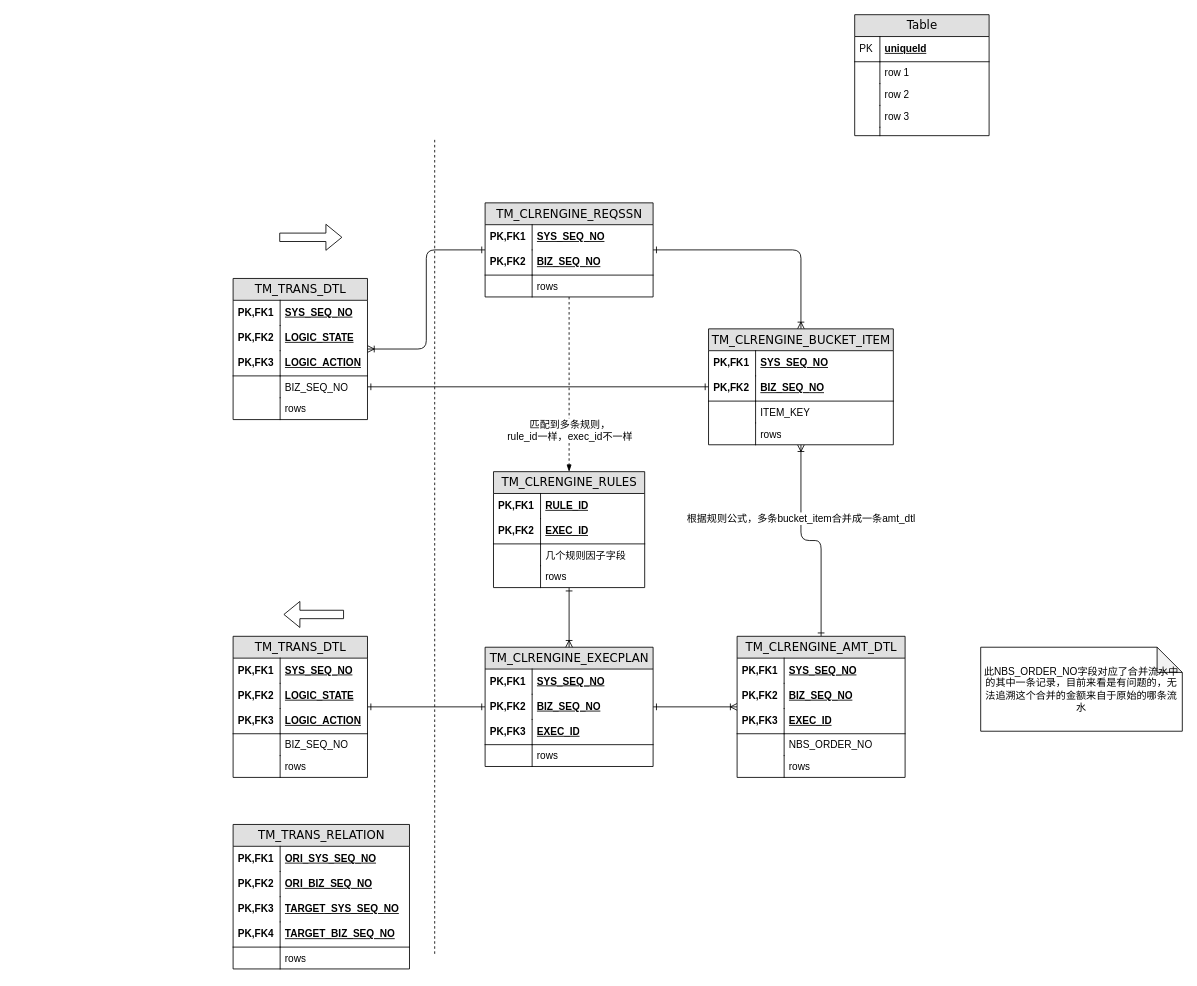
The draw.io diagram 清算引擎数据结构图.drawio in staconfree/design, before the edit. Source tidied: cells renumbered, new cells numbered last; positions are measured from the earlier drawing's top-left corner, leaving out a move shared by most shapes. Both pictures are drawn from the tidied source at 84%, with x=0, y=0 at pixel (233, 14).
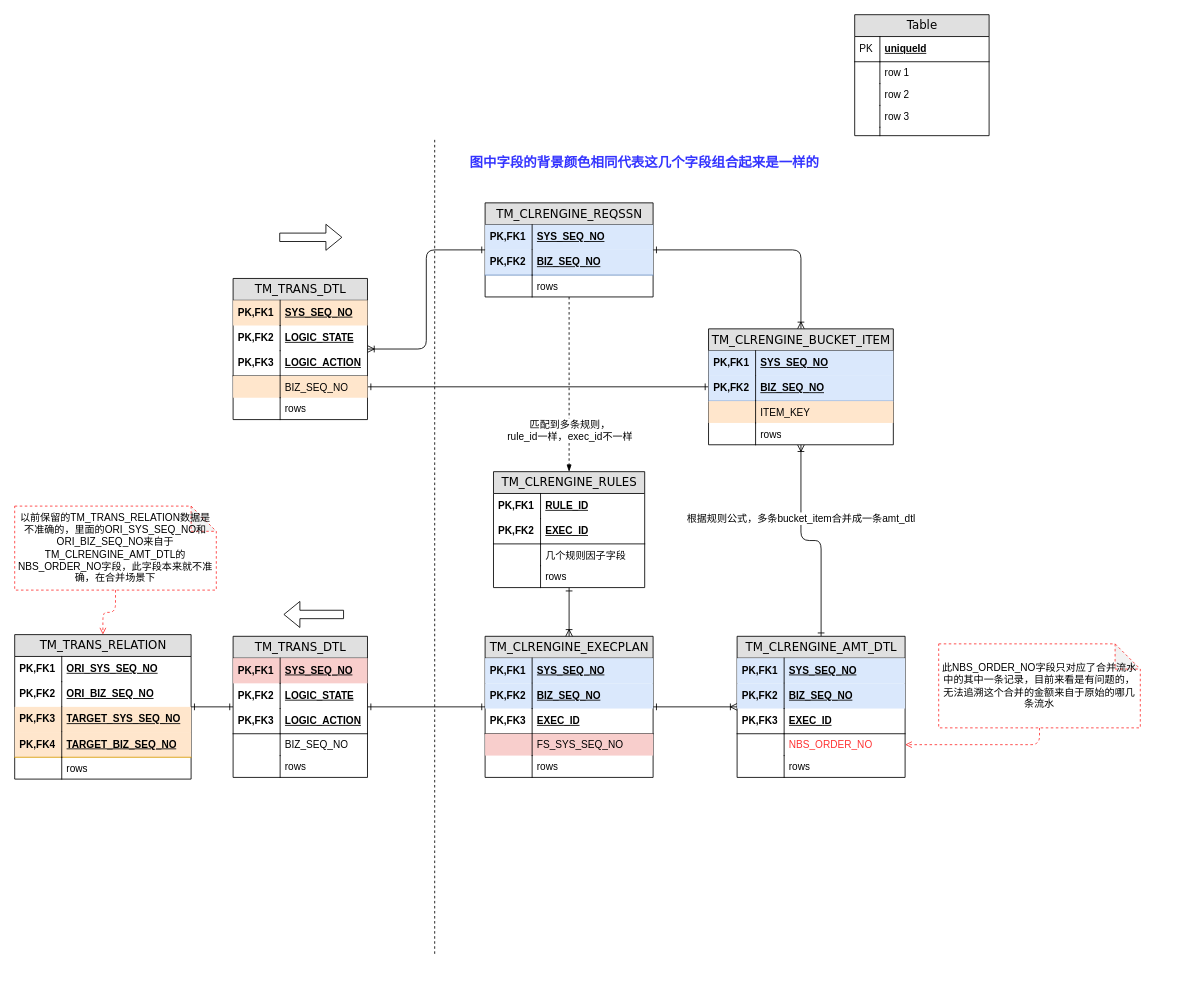
The same diagram, later.

Commit message (it also covers changes not shown here):
更新清算引擎数据结构图.drawio

The change refers to these unchanged cells:
```xml
<mxCell id="15" value="TM_TRANS_DTL" style="swimlane;html=1;fontStyle=0;horizontal=1;startSize=26;fillColor=#e0e0e0;swimlaneFillColor=#ffffff;align=center;rounded=0;shadow=0;comic=0;labelBackgroundColor=none;strokeColor=#000000;strokeWidth=1;fontFamily=Verdana;fontSize=14;fontColor=#000000;" parent="1" vertex="1">
  <mxGeometry y="314" width="160" height="168" as="geometry" />
</mxCell>
<mxCell id="29" value="TM_CLRENGINE_REQSSN" style="swimlane;html=1;fontStyle=0;horizontal=1;startSize=26;fillColor=#e0e0e0;swimlaneFillColor=#ffffff;align=center;rounded=0;shadow=0;comic=0;labelBackgroundColor=none;strokeColor=#000000;strokeWidth=1;fontFamily=Verdana;fontSize=14;fontColor=#000000;" parent="1" vertex="1">
  <mxGeometry x="300" y="224" width="200" height="112" as="geometry" />
</mxCell>
<mxCell id="49" value="TM_CLRENGINE_BUCKET_ITEM" style="swimlane;html=1;fontStyle=0;horizontal=1;startSize=26;fillColor=#e0e0e0;swimlaneFillColor=#ffffff;align=center;rounded=0;shadow=0;comic=0;labelBackgroundColor=none;strokeColor=#000000;strokeWidth=1;fontFamily=Verdana;fontSize=14;fontColor=#000000;" parent="1" vertex="1">
  <mxGeometry x="566" y="374" width="220" height="138" as="geometry" />
</mxCell>
<mxCell id="58" value="TM_CLRENGINE_AMT_DTL" style="swimlane;html=1;fontStyle=0;horizontal=1;startSize=26;fillColor=#e0e0e0;swimlaneFillColor=#ffffff;align=center;rounded=0;shadow=0;comic=0;labelBackgroundColor=none;strokeColor=#000000;strokeWidth=1;fontFamily=Verdana;fontSize=14;fontColor=#000000;" parent="1" vertex="1">
  <mxGeometry x="600" y="740" width="200" height="168" as="geometry" />
</mxCell>
<mxCell id="69" value="TM_TRANS_DTL" style="swimlane;html=1;fontStyle=0;horizontal=1;startSize=26;fillColor=#e0e0e0;swimlaneFillColor=#ffffff;align=center;rounded=0;shadow=0;comic=0;labelBackgroundColor=none;strokeColor=#000000;strokeWidth=1;fontFamily=Verdana;fontSize=14;fontColor=#000000;" parent="1" vertex="1">
  <mxGeometry y="740" width="160" height="168" as="geometry" />
</mxCell>
```

Change to the diagram source:
```diff
@@
-    <mxCell id="16" value="SYS_SEQ_NO" style="shape=partialRectangle;top=0;left=0;right=0;bottom=0;html=1;align=left;verticalAlign=middle;fillColor=none;spacingLeft=60;spacingRight=4;whiteSpace=wrap;overflow=hidden;fontStyle=5;" parent="15" vertex="1">
+    <mxCell id="16" value="SYS_SEQ_NO" style="shape=partialRectangle;top=0;left=0;right=0;bottom=0;html=1;align=left;verticalAlign=middle;fillColor=#ffe6cc;spacingLeft=60;spacingRight=4;whiteSpace=wrap;overflow=hidden;fontStyle=5;strokeColor=#d79b00;" parent="15" vertex="1">
       <mxGeometry y="26" width="160" height="30" as="geometry" />
     </mxCell>
@@
-    <mxCell id="22" value="BIZ_SEQ_NO" style="shape=partialRectangle;top=0;left=0;right=0;bottom=0;html=1;align=left;verticalAlign=top;fillColor=none;spacingLeft=60;spacingRight=4;whiteSpace=wrap;overflow=hidden;points=[[0,0.5],[1,0.5]];portConstraint=eastwest;" parent="15" vertex="1">
+    <mxCell id="22" value="BIZ_SEQ_NO" style="shape=partialRectangle;top=0;left=0;right=0;bottom=0;html=1;align=left;verticalAlign=top;fillColor=#ffe6cc;spacingLeft=60;spacingRight=4;whiteSpace=wrap;overflow=hidden;points=[[0,0.5],[1,0.5]];portConstraint=eastwest;strokeColor=#d79b00;" parent="15" vertex="1">
       <mxGeometry y="116" width="160" height="26" as="geometry" />
     </mxCell>
@@
-    <mxCell id="30" value="SYS_SEQ_NO" style="shape=partialRectangle;top=0;left=0;right=0;bottom=0;html=1;align=left;verticalAlign=middle;fillColor=none;spacingLeft=60;spacingRight=4;whiteSpace=wrap;overflow=hidden;fontStyle=5;" parent="29" vertex="1">
+    <mxCell id="30" value="SYS_SEQ_NO" style="shape=partialRectangle;top=0;left=0;right=0;bottom=0;html=1;align=left;verticalAlign=middle;fillColor=#dae8fc;spacingLeft=60;spacingRight=4;whiteSpace=wrap;overflow=hidden;fontStyle=5;strokeColor=#6c8ebf;" parent="29" vertex="1">
       <mxGeometry y="26" width="200" height="30" as="geometry" />
     </mxCell>
@@
-    <mxCell id="32" value="BIZ_SEQ_NO" style="shape=partialRectangle;top=0;left=0;right=0;bottom=1;html=1;align=left;verticalAlign=middle;fillColor=none;spacingLeft=60;spacingRight=4;whiteSpace=wrap;overflow=hidden;fontStyle=5;" parent="29" vertex="1">
+    <mxCell id="32" value="BIZ_SEQ_NO" style="shape=partialRectangle;top=0;left=0;right=0;bottom=1;html=1;align=left;verticalAlign=middle;fillColor=#dae8fc;spacingLeft=60;spacingRight=4;whiteSpace=wrap;overflow=hidden;fontStyle=5;strokeColor=#6c8ebf;" parent="29" vertex="1">
       <mxGeometry y="56" width="200" height="30" as="geometry" />
     </mxCell>
@@
     <mxCell id="38" value="TM_CLRENGINE_EXECPLAN" style="swimlane;html=1;fontStyle=0;horizontal=1;startSize=26;fillColor=#e0e0e0;swimlaneFillColor=#ffffff;align=center;rounded=0;shadow=0;comic=0;labelBackgroundColor=none;strokeColor=#000000;strokeWidth=1;fontFamily=Verdana;fontSize=14;fontColor=#000000;" parent="1" vertex="1">
-      <mxGeometry x="300" y="753" width="200" height="142" as="geometry" />
+      <mxGeometry x="300" y="740" width="200" height="168" as="geometry" />
     </mxCell>
-    <mxCell id="39" value="SYS_SEQ_NO" style="shape=partialRectangle;top=0;left=0;right=0;bottom=0;html=1;align=left;verticalAlign=middle;fillColor=none;spacingLeft=60;spacingRight=4;whiteSpace=wrap;overflow=hidden;fontStyle=5;" parent="38" vertex="1">
+    <mxCell id="39" value="SYS_SEQ_NO" style="shape=partialRectangle;top=0;left=0;right=0;bottom=0;html=1;align=left;verticalAlign=middle;fillColor=#dae8fc;spacingLeft=60;spacingRight=4;whiteSpace=wrap;overflow=hidden;fontStyle=5;strokeColor=#6c8ebf;" parent="38" vertex="1">
       <mxGeometry y="26" width="200" height="30" as="geometry" />
     </mxCell>
@@
-    <mxCell id="41" value="BIZ_SEQ_NO" style="shape=partialRectangle;top=0;left=0;right=0;bottom=0;html=1;align=left;verticalAlign=middle;fillColor=none;spacingLeft=60;spacingRight=4;whiteSpace=wrap;overflow=hidden;fontStyle=5;" parent="38" vertex="1">
+    <mxCell id="41" value="BIZ_SEQ_NO" style="shape=partialRectangle;top=0;left=0;right=0;bottom=0;html=1;align=left;verticalAlign=middle;fillColor=#dae8fc;spacingLeft=60;spacingRight=4;whiteSpace=wrap;overflow=hidden;fontStyle=5;strokeColor=#6c8ebf;" parent="38" vertex="1">
       <mxGeometry y="56" width="200" height="30" as="geometry" />
     </mxCell>
@@
-    <mxCell id="45" value="&lt;div&gt;rows&lt;/div&gt;" style="shape=partialRectangle;top=0;left=0;right=0;bottom=0;html=1;align=left;verticalAlign=top;fillColor=none;spacingLeft=60;spacingRight=4;whiteSpace=wrap;overflow=hidden;" parent="38" vertex="1">
+    <mxCell id="45" value="FS_SYS_SEQ_NO" style="shape=partialRectangle;top=0;left=0;right=0;bottom=0;html=1;align=left;verticalAlign=top;fillColor=#f8cecc;spacingLeft=60;spacingRight=4;whiteSpace=wrap;overflow=hidden;strokeColor=#b85450;" parent="38" vertex="1">
       <mxGeometry y="116" width="200" height="26" as="geometry" />
     </mxCell>
@@
+    <mxCell id="105" value="&lt;div&gt;rows&lt;/div&gt;" style="shape=partialRectangle;top=0;left=0;right=0;bottom=0;html=1;align=left;verticalAlign=top;fillColor=none;spacingLeft=60;spacingRight=4;whiteSpace=wrap;overflow=hidden;" parent="38" vertex="1">
+      <mxGeometry y="142" width="200" height="26" as="geometry" />
+    </mxCell>
+    <mxCell id="106" style="shape=partialRectangle;top=0;left=0;bottom=0;html=1;fillColor=none;align=left;verticalAlign=top;spacingLeft=4;spacingRight=4;whiteSpace=wrap;overflow=hidden;" parent="105" vertex="1">
+      <mxGeometry width="56" height="26" as="geometry" />
+    </mxCell>
@@
-    <mxCell id="50" value="SYS_SEQ_NO" style="shape=partialRectangle;top=0;left=0;right=0;bottom=0;html=1;align=left;verticalAlign=middle;fillColor=none;spacingLeft=60;spacingRight=4;whiteSpace=wrap;overflow=hidden;fontStyle=5;" parent="49" vertex="1">
+    <mxCell id="50" value="SYS_SEQ_NO" style="shape=partialRectangle;top=0;left=0;right=0;bottom=0;html=1;align=left;verticalAlign=middle;fillColor=#dae8fc;spacingLeft=60;spacingRight=4;whiteSpace=wrap;overflow=hidden;fontStyle=5;strokeColor=#6c8ebf;" parent="49" vertex="1">
       <mxGeometry y="26" width="220" height="30" as="geometry" />
     </mxCell>
@@
-    <mxCell id="52" value="BIZ_SEQ_NO" style="shape=partialRectangle;top=0;left=0;right=0;bottom=1;html=1;align=left;verticalAlign=middle;fillColor=none;spacingLeft=60;spacingRight=4;whiteSpace=wrap;overflow=hidden;fontStyle=5;" parent="49" vertex="1">
+    <mxCell id="52" value="BIZ_SEQ_NO" style="shape=partialRectangle;top=0;left=0;right=0;bottom=1;html=1;align=left;verticalAlign=middle;fillColor=#dae8fc;spacingLeft=60;spacingRight=4;whiteSpace=wrap;overflow=hidden;fontStyle=5;strokeColor=#6c8ebf;" parent="49" vertex="1">
       <mxGeometry y="56" width="220" height="30" as="geometry" />
     </mxCell>
@@
-    <mxCell id="54" value="ITEM_KEY" style="shape=partialRectangle;top=0;left=0;right=0;bottom=0;html=1;align=left;verticalAlign=top;fillColor=none;spacingLeft=60;spacingRight=4;whiteSpace=wrap;overflow=hidden;" parent="49" vertex="1">
+    <mxCell id="54" value="ITEM_KEY" style="shape=partialRectangle;top=0;left=0;right=0;bottom=0;html=1;align=left;verticalAlign=top;fillColor=#ffe6cc;spacingLeft=60;spacingRight=4;whiteSpace=wrap;overflow=hidden;strokeColor=#d79b00;" parent="49" vertex="1">
       <mxGeometry y="86" width="220" height="26" as="geometry" />
     </mxCell>
@@
-    <mxCell id="59" value="SYS_SEQ_NO" style="shape=partialRectangle;top=0;left=0;right=0;bottom=0;html=1;align=left;verticalAlign=middle;fillColor=none;spacingLeft=60;spacingRight=4;whiteSpace=wrap;overflow=hidden;fontStyle=5;" parent="58" vertex="1">
+    <mxCell id="59" value="SYS_SEQ_NO" style="shape=partialRectangle;top=0;left=0;right=0;bottom=0;html=1;align=left;verticalAlign=middle;fillColor=#dae8fc;spacingLeft=60;spacingRight=4;whiteSpace=wrap;overflow=hidden;fontStyle=5;strokeColor=#6c8ebf;" parent="58" vertex="1">
       <mxGeometry y="26" width="200" height="30" as="geometry" />
     </mxCell>
@@
-    <mxCell id="61" value="BIZ_SEQ_NO" style="shape=partialRectangle;top=0;left=0;right=0;bottom=0;html=1;align=left;verticalAlign=middle;fillColor=none;spacingLeft=60;spacingRight=4;whiteSpace=wrap;overflow=hidden;fontStyle=5;" parent="58" vertex="1">
+    <mxCell id="61" value="BIZ_SEQ_NO" style="shape=partialRectangle;top=0;left=0;right=0;bottom=0;html=1;align=left;verticalAlign=middle;fillColor=#dae8fc;spacingLeft=60;spacingRight=4;whiteSpace=wrap;overflow=hidden;fontStyle=5;strokeColor=#6c8ebf;" parent="58" vertex="1">
       <mxGeometry y="56" width="200" height="30" as="geometry" />
     </mxCell>
@@
-    <mxCell id="65" value="NBS_ORDER_NO" style="shape=partialRectangle;top=0;left=0;right=0;bottom=0;html=1;align=left;verticalAlign=top;fillColor=none;spacingLeft=60;spacingRight=4;whiteSpace=wrap;overflow=hidden;points=[[0,0.5],[1,0.5]];portConstraint=eastwest;" parent="58" vertex="1">
+    <mxCell id="65" value="NBS_ORDER_NO" style="shape=partialRectangle;top=0;left=0;right=0;bottom=0;html=1;align=left;verticalAlign=top;fillColor=none;spacingLeft=60;spacingRight=4;whiteSpace=wrap;overflow=hidden;points=[[0,0.5],[1,0.5]];portConstraint=eastwest;fontColor=#FF3333;" parent="58" vertex="1">
       <mxGeometry y="116" width="200" height="26" as="geometry" />
     </mxCell>
@@
+    <mxCell id="107" style="edgeStyle=orthogonalEdgeStyle;rounded=1;jettySize=auto;html=1;startArrow=ERone;startFill=0;endArrow=ERone;endFill=0;strokeColor=#000000;" parent="1" edge="1" source="69" target="94">
+      <mxGeometry relative="1" as="geometry" />
+    </mxCell>
@@
-    <mxCell id="70" value="SYS_SEQ_NO" style="shape=partialRectangle;top=0;left=0;right=0;bottom=0;html=1;align=left;verticalAlign=middle;fillColor=none;spacingLeft=60;spacingRight=4;whiteSpace=wrap;overflow=hidden;fontStyle=5;" parent="69" vertex="1">
+    <mxCell id="70" value="SYS_SEQ_NO" style="shape=partialRectangle;top=0;left=0;right=0;bottom=0;html=1;align=left;verticalAlign=middle;fillColor=#f8cecc;spacingLeft=60;spacingRight=4;whiteSpace=wrap;overflow=hidden;fontStyle=5;strokeColor=#b85450;" parent="69" vertex="1">
       <mxGeometry y="26" width="160" height="30" as="geometry" />
     </mxCell>
@@
+    <mxCell id="108" style="edgeStyle=orthogonalEdgeStyle;rounded=1;jettySize=auto;html=1;startArrow=none;startFill=0;endArrow=open;endFill=0;dashed=1;strokeColor=#FF3333;" parent="1" edge="1" source="91" target="65">
+      <mxGeometry relative="1" as="geometry" />
+    </mxCell>
-    <mxCell id="91" value="&lt;div&gt;此NBS_ORDER_NO字段对应了合并流水中的其中一条记录，目前来看是有问题的，无法追溯这个合并的金额来自于原始的哪条流水&lt;/div&gt;" style="shape=note;whiteSpace=wrap;html=1;backgroundOutline=1;darkOpacity=0.05;" parent="1" vertex="1">
-      <mxGeometry x="890" y="753" width="240" height="100" as="geometry" />
+    <mxCell id="91" value="&lt;div&gt;此NBS_ORDER_NO字段只对应了合并流水中的其中一条记录，目前来看是有问题的，无法追溯这个合并的金额来自于原始的哪几条流水&lt;/div&gt;" style="shape=note;whiteSpace=wrap;html=1;backgroundOutline=1;darkOpacity=0.05;dashed=1;strokeColor=#FF3333;" parent="1" vertex="1">
+      <mxGeometry x="840" y="749" width="240" height="100" as="geometry" />
     </mxCell>
@@
     <mxCell id="94" value="&lt;div&gt;TM_TRANS_RELATION&lt;/div&gt;" style="swimlane;html=1;fontStyle=0;horizontal=1;startSize=26;fillColor=#e0e0e0;swimlaneFillColor=#ffffff;align=center;rounded=0;shadow=0;comic=0;labelBackgroundColor=none;strokeColor=#000000;strokeWidth=1;fontFamily=Verdana;fontSize=14;fontColor=#000000;" parent="1" vertex="1">
-      <mxGeometry y="964" width="210" height="172" as="geometry" />
+      <mxGeometry x="-260" y="738" width="210" height="172" as="geometry" />
     </mxCell>
@@
-    <mxCell id="99" value="TARGET_SYS_SEQ_NO" style="shape=partialRectangle;top=0;left=0;right=0;bottom=0;html=1;align=left;verticalAlign=middle;fillColor=none;spacingLeft=60;spacingRight=4;whiteSpace=wrap;overflow=hidden;fontStyle=5;" parent="94" vertex="1">
+    <mxCell id="99" value="TARGET_SYS_SEQ_NO" style="shape=partialRectangle;top=0;left=0;right=0;bottom=0;html=1;align=left;verticalAlign=middle;fillColor=#ffe6cc;spacingLeft=60;spacingRight=4;whiteSpace=wrap;overflow=hidden;fontStyle=5;strokeColor=#d79b00;" parent="94" vertex="1">
       <mxGeometry y="86" width="210" height="30" as="geometry" />
     </mxCell>
@@
-    <mxCell id="101" value="TARGET_BIZ_SEQ_NO" style="shape=partialRectangle;top=0;left=0;right=0;bottom=1;html=1;align=left;verticalAlign=middle;fillColor=none;spacingLeft=60;spacingRight=4;whiteSpace=wrap;overflow=hidden;fontStyle=5;" parent="94" vertex="1">
+    <mxCell id="101" value="TARGET_BIZ_SEQ_NO" style="shape=partialRectangle;top=0;left=0;right=0;bottom=1;html=1;align=left;verticalAlign=middle;fillColor=#ffe6cc;spacingLeft=60;spacingRight=4;whiteSpace=wrap;overflow=hidden;fontStyle=5;strokeColor=#d79b00;" parent="94" vertex="1">
       <mxGeometry y="116" width="210" height="30" as="geometry" />
     </mxCell>
@@
+    <mxCell id="109" style="edgeStyle=orthogonalEdgeStyle;rounded=1;jettySize=auto;html=1;dashed=1;startArrow=none;startFill=0;endArrow=open;endFill=0;strokeColor=#FF3333;" parent="1" edge="1" source="110" target="94">
+      <mxGeometry relative="1" as="geometry" />
+    </mxCell>
+    <mxCell id="110" value="以前保留的TM_TRANS_RELATION数据是不准确的，里面的ORI_SYS_SEQ_NO和ORI_BIZ_SEQ_NO来自于TM_CLRENGINE_AMT_DTL的NBS_ORDER_NO字段，此字段本来就不准确，在合并场景下" style="shape=note;whiteSpace=wrap;html=1;backgroundOutline=1;darkOpacity=0.05;dashed=1;strokeColor=#FF3333;" parent="1" vertex="1">
+      <mxGeometry x="-260" y="585" width="240" height="100" as="geometry" />
+    </mxCell>
+    <mxCell id="111" value="图中字段的背景颜色相同代表这几个字段组合起来是一样的" style="text;html=1;align=left;verticalAlign=top;spacingTop=-4;fontStyle=1;fontSize=16;fontColor=#3333FF;" parent="1" vertex="1">
+      <mxGeometry x="280" y="164" width="410" height="20" as="geometry" />
+    </mxCell>
```
